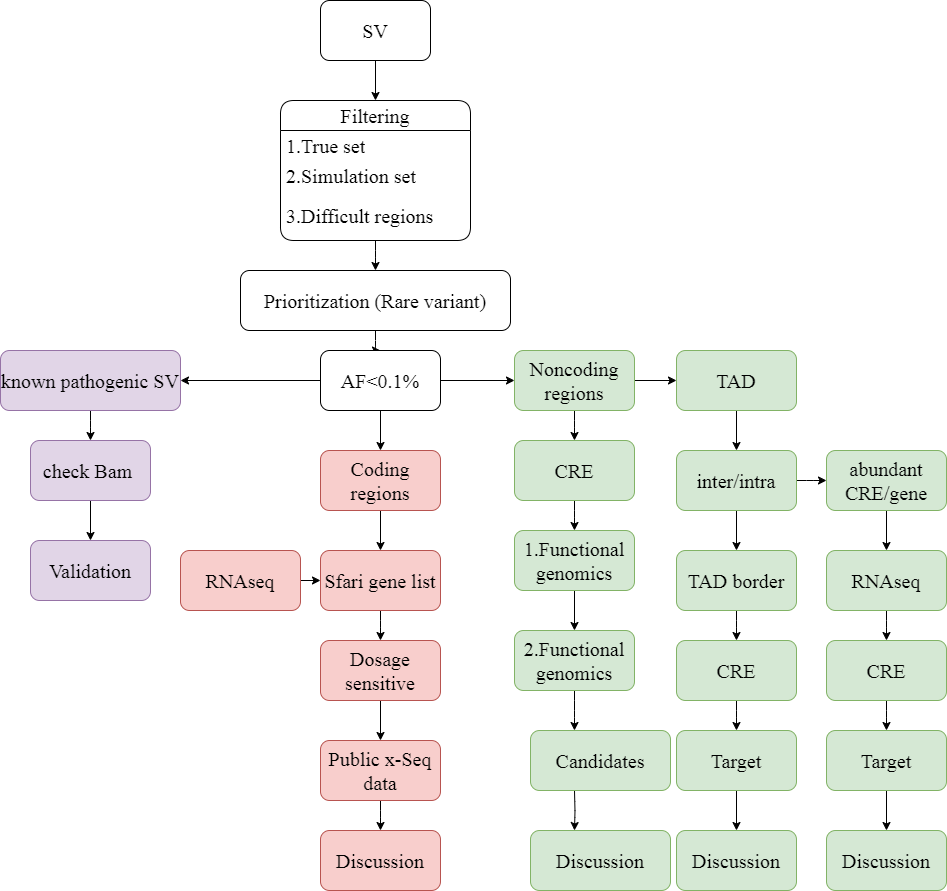
Earlier version of the draw.io export SV_workflow.drawio.png (ShirleyLiu-BCH/workflow). Source tidied: cells renumbered, new cells last; positions are measured from the earlier drawing's top-left corner, leaving out a move shared by most shapes.
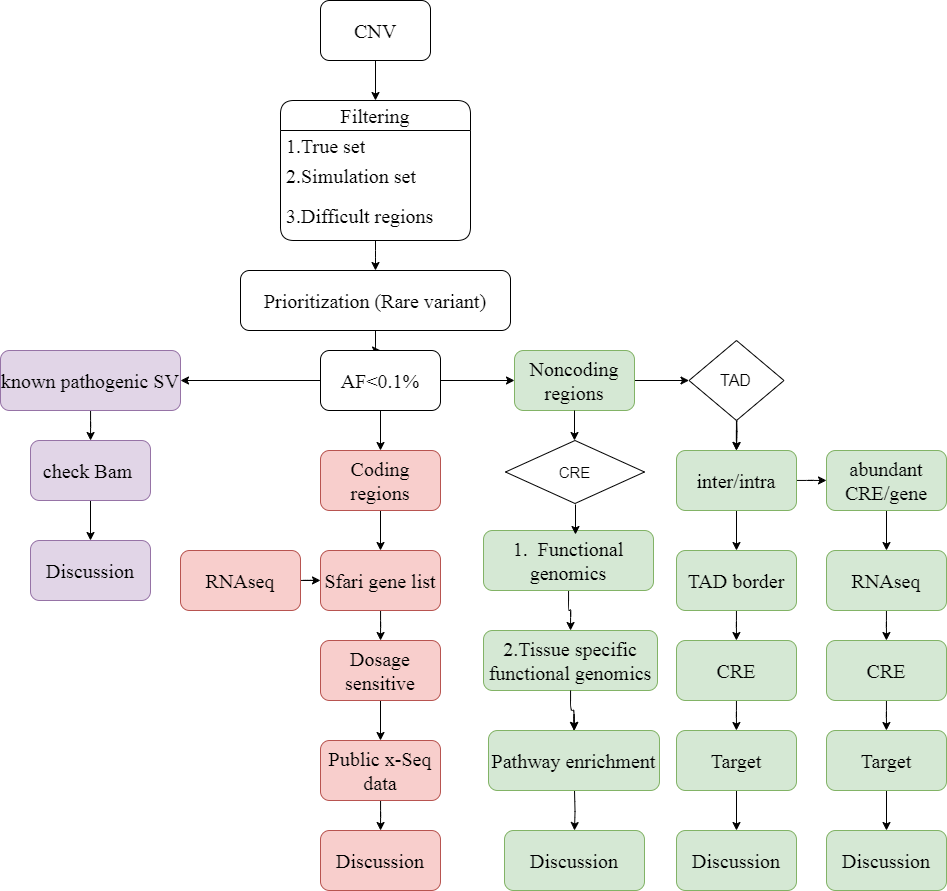
After the commit.

The edit, as a diff of the source:
```diff
@@ -5,7 +5,7 @@
     <mxCell id="2" style="edgeStyle=orthogonalEdgeStyle;rounded=0;jettySize=auto;html=1;entryX=0.5;entryY=0;entryDx=0;entryDy=0;" parent="1" edge="1" source="3" target="5">
       <mxGeometry relative="1" as="geometry" />
     </mxCell>
-    <mxCell id="3" value="SV" style="rounded=1;whiteSpace=wrap;html=1;hachureGap=4;fontFamily=Times New Roman;fontSize=20;" parent="1" vertex="1">
+    <mxCell id="3" value="CNV" style="rounded=1;whiteSpace=wrap;html=1;hachureGap=4;fontFamily=Times New Roman;fontSize=20;" parent="1" vertex="1">
       <mxGeometry x="320" width="110" height="60" as="geometry" />
     </mxCell>
     <mxCell id="4" style="edgeStyle=orthogonalEdgeStyle;rounded=1;hachureGap=4;jettySize=auto;html=1;fontFamily=Times New Roman;fontSize=16;" parent="1" edge="1" source="5" target="10">
@@ -53,10 +53,7 @@
     <mxCell id="18" value="Coding regions" style="whiteSpace=wrap;html=1;fontSize=20;fontFamily=Times New Roman;fontStyle=0;startSize=30;hachureGap=4;fillColor=#f8cecc;strokeColor=#b85450;rounded=1;" parent="1" vertex="1">
       <mxGeometry x="320" y="450" width="120" height="60" as="geometry" />
     </mxCell>
-    <mxCell id="19" style="edgeStyle=orthogonalEdgeStyle;rounded=1;hachureGap=4;jettySize=auto;html=1;fontFamily=Times New Roman;fontSize=16;" parent="1" edge="1" source="21" target="35">
-      <mxGeometry relative="1" as="geometry" />
-    </mxCell>
-    <mxCell id="20" style="edgeStyle=orthogonalEdgeStyle;rounded=1;hachureGap=4;jettySize=auto;html=1;fontFamily=Times New Roman;fontSize=16;" parent="1" edge="1" source="21" target="37">
+    <mxCell id="20" style="edgeStyle=orthogonalEdgeStyle;rounded=1;hachureGap=4;jettySize=auto;html=1;fontFamily=Times New Roman;fontSize=16;entryX=0;entryY=0.5;entryDx=0;entryDy=0;" parent="1" edge="1" source="21" target="37">
       <mxGeometry relative="1" as="geometry" />
     </mxCell>
     <mxCell id="21" value="Noncoding regions" style="whiteSpace=wrap;html=1;fontSize=20;fontFamily=Times New Roman;fontStyle=0;startSize=30;hachureGap=4;rounded=1;fillColor=#d5e8d4;strokeColor=#82b366;" parent="1" vertex="1">
@@ -68,7 +65,7 @@
     <mxCell id="23" value="check Bam&amp;nbsp;" style="whiteSpace=wrap;html=1;fontSize=20;fontFamily=Times New Roman;fontStyle=0;startSize=30;hachureGap=4;fillColor=#e1d5e7;strokeColor=#9673a6;rounded=1;" parent="1" vertex="1">
       <mxGeometry x="30" y="440" width="120" height="60" as="geometry" />
     </mxCell>
-    <mxCell id="24" value="Validation" style="whiteSpace=wrap;html=1;fontSize=20;fontFamily=Times New Roman;fontStyle=0;startSize=30;hachureGap=4;fillColor=#e1d5e7;strokeColor=#9673a6;rounded=1;" parent="1" vertex="1">
+    <mxCell id="24" value="Discussion" style="whiteSpace=wrap;html=1;fontSize=20;fontFamily=Times New Roman;fontStyle=0;startSize=30;hachureGap=4;fillColor=#e1d5e7;strokeColor=#9673a6;rounded=1;" parent="1" vertex="1">
       <mxGeometry x="30" y="540" width="120" height="60" as="geometry" />
     </mxCell>
     <mxCell id="25" style="edgeStyle=orthogonalEdgeStyle;rounded=1;hachureGap=4;jettySize=auto;html=1;fontFamily=Times New Roman;fontSize=16;" parent="1" edge="1" source="26" target="28">
@@ -98,31 +95,24 @@
     <mxCell id="33" value="Discussion" style="whiteSpace=wrap;html=1;fontSize=20;fontFamily=Times New Roman;fontStyle=0;startSize=30;hachureGap=4;fillColor=#f8cecc;strokeColor=#b85450;rounded=1;" parent="1" vertex="1">
       <mxGeometry x="320" y="830" width="120" height="60" as="geometry" />
     </mxCell>
-    <mxCell id="34" style="edgeStyle=orthogonalEdgeStyle;rounded=1;hachureGap=4;jettySize=auto;html=1;fontFamily=Times New Roman;fontSize=16;" parent="1" edge="1" source="35" target="39">
-      <mxGeometry relative="1" as="geometry" />
-    </mxCell>
-    <mxCell id="35" value="CRE" style="whiteSpace=wrap;html=1;fontSize=20;fontFamily=Times New Roman;fontStyle=0;startSize=30;hachureGap=4;fillColor=#d5e8d4;strokeColor=#82b366;rounded=1;" parent="1" vertex="1">
-      <mxGeometry x="514" y="440" width="120" height="60" as="geometry" />
-    </mxCell>
-    <mxCell id="36" style="edgeStyle=orthogonalEdgeStyle;rounded=1;hachureGap=4;jettySize=auto;html=1;fontFamily=Times New Roman;fontSize=16;" parent="1" edge="1" source="37" target="46">
-      <mxGeometry relative="1" as="geometry" />
+    <mxCell id="36" style="edgeStyle=orthogonalEdgeStyle;rounded=1;hachureGap=4;jettySize=auto;html=1;fontFamily=Times New Roman;fontSize=16;" parent="1" edge="1" target="46">
+      <mxGeometry relative="1" as="geometry">
+        <mxPoint x="736" y="410" as="sourcePoint" />
+      </mxGeometry>
     </mxCell>
-    <mxCell id="37" value="TAD" style="whiteSpace=wrap;html=1;fontSize=20;fontFamily=Times New Roman;fontStyle=0;startSize=30;hachureGap=4;fillColor=#d5e8d4;strokeColor=#82b366;rounded=1;" parent="1" vertex="1">
-      <mxGeometry x="676" y="350" width="120" height="60" as="geometry" />
-    </mxCell>
     <mxCell id="38" style="edgeStyle=orthogonalEdgeStyle;rounded=1;hachureGap=4;jettySize=auto;html=1;fontFamily=Times New Roman;fontSize=16;" parent="1" edge="1" source="39" target="41">
       <mxGeometry relative="1" as="geometry" />
     </mxCell>
-    <mxCell id="39" value="1.Functional genomics" style="whiteSpace=wrap;html=1;fontSize=20;fontFamily=Times New Roman;fontStyle=0;startSize=30;hachureGap=4;fillColor=#d5e8d4;strokeColor=#82b366;rounded=1;" parent="1" vertex="1">
-      <mxGeometry x="514" y="530" width="120" height="60" as="geometry" />
+    <mxCell id="39" value="1.&amp;nbsp; Functional genomics" style="whiteSpace=wrap;html=1;fontSize=20;fontFamily=Times New Roman;fontStyle=0;startSize=30;hachureGap=4;fillColor=#d5e8d4;strokeColor=#82b366;rounded=1;" parent="1" vertex="1">
+      <mxGeometry x="483" y="530" width="170" height="60" as="geometry" />
     </mxCell>
-    <mxCell id="40" style="edgeStyle=orthogonalEdgeStyle;rounded=1;hachureGap=4;jettySize=auto;html=1;fontFamily=Times New Roman;fontSize=16;" parent="1" edge="1" source="41">
+    <mxCell id="40" style="edgeStyle=orthogonalEdgeStyle;rounded=1;hachureGap=4;jettySize=auto;html=1;fontFamily=Times New Roman;fontSize=16;" parent="1" edge="1" source="43">
       <mxGeometry relative="1" as="geometry">
         <mxPoint x="574" y="730" as="targetPoint" />
       </mxGeometry>
     </mxCell>
-    <mxCell id="41" value="2.Functional genomics" style="whiteSpace=wrap;html=1;fontSize=20;fontFamily=Times New Roman;fontStyle=0;startSize=30;hachureGap=4;fillColor=#d5e8d4;strokeColor=#82b366;rounded=1;" parent="1" vertex="1">
-      <mxGeometry x="514" y="630" width="120" height="60" as="geometry" />
+    <mxCell id="41" value="2.Tissue specific&lt;br&gt;functional genomics" style="whiteSpace=wrap;html=1;fontSize=20;fontFamily=Times New Roman;fontStyle=0;startSize=30;hachureGap=4;fillColor=#d5e8d4;strokeColor=#82b366;rounded=1;" parent="1" vertex="1">
+      <mxGeometry x="483" y="630" width="174" height="60" as="geometry" />
     </mxCell>
     <mxCell id="42" style="edgeStyle=orthogonalEdgeStyle;rounded=1;hachureGap=4;orthogonalLoop=1;jettySize=auto;html=1;fontFamily=Times New Roman;fontSize=16;" parent="1" edge="1">
       <mxGeometry relative="1" as="geometry">
@@ -130,9 +120,6 @@
         <mxPoint x="574" y="830" as="targetPoint" />
       </mxGeometry>
     </mxCell>
-    <mxCell id="43" value="Candidates" style="whiteSpace=wrap;html=1;fontSize=20;fontFamily=Times New Roman;fontStyle=0;startSize=30;hachureGap=4;fillColor=#d5e8d4;strokeColor=#82b366;rounded=1;" parent="1" vertex="1">
-      <mxGeometry x="530" y="730" width="140" height="60" as="geometry" />
-    </mxCell>
     <mxCell id="44" style="edgeStyle=orthogonalEdgeStyle;rounded=1;hachureGap=4;jettySize=auto;html=1;fontFamily=Times New Roman;fontSize=16;" parent="1" edge="1" source="46" target="48">
       <mxGeometry relative="1" as="geometry" />
     </mxCell>
@@ -185,7 +172,7 @@
       <mxGeometry x="826" y="730" width="120" height="60" as="geometry" />
     </mxCell>
     <mxCell id="61" value="Discussion" style="whiteSpace=wrap;html=1;fontSize=20;fontFamily=Times New Roman;fontStyle=0;startSize=30;hachureGap=4;fillColor=#d5e8d4;strokeColor=#82b366;rounded=1;" parent="1" vertex="1">
-      <mxGeometry x="530" y="830" width="140" height="60" as="geometry" />
+      <mxGeometry x="504" y="830" width="140" height="60" as="geometry" />
     </mxCell>
     <mxCell id="62" value="Discussion" style="whiteSpace=wrap;html=1;fontSize=20;fontFamily=Times New Roman;fontStyle=0;startSize=30;hachureGap=4;fillColor=#d5e8d4;strokeColor=#82b366;rounded=1;" parent="1" vertex="1">
       <mxGeometry x="676" y="830" width="120" height="60" as="geometry" />
@@ -193,5 +180,32 @@
     <mxCell id="63" value="Discussion" style="whiteSpace=wrap;html=1;fontSize=20;fontFamily=Times New Roman;fontStyle=0;startSize=30;hachureGap=4;fillColor=#d5e8d4;strokeColor=#82b366;rounded=1;" parent="1" vertex="1">
       <mxGeometry x="826" y="830" width="120" height="60" as="geometry" />
     </mxCell>
+    <mxCell id="35" value="&lt;font style=&quot;font-size: 15px;&quot;&gt;CRE&lt;/font&gt;" style="rhombus;whiteSpace=wrap;html=1;" parent="1" vertex="1">
+      <mxGeometry x="505" y="440" width="139" height="63" as="geometry" />
+    </mxCell>
+    <mxCell id="64" style="edgeStyle=orthogonalEdgeStyle;rounded=1;hachureGap=4;jettySize=auto;html=1;fontFamily=Times New Roman;fontSize=16;" parent="1" edge="1" source="41" target="43">
+      <mxGeometry relative="1" as="geometry" />
+    </mxCell>
+    <mxCell id="43" value="Pathway enrichment" style="whiteSpace=wrap;html=1;fontSize=20;fontFamily=Times New Roman;fontStyle=0;startSize=30;hachureGap=4;fillColor=#d5e8d4;strokeColor=#82b366;rounded=1;" parent="1" vertex="1">
+      <mxGeometry x="488" y="730" width="171" height="60" as="geometry" />
+    </mxCell>
+    <mxCell id="65" style="edgeStyle=orthogonalEdgeStyle;rounded=0;jettySize=auto;html=1;" parent="1" edge="1" source="37" target="46">
+      <mxGeometry relative="1" as="geometry" />
+    </mxCell>
+    <mxCell id="37" value="&lt;font style=&quot;font-size: 16px;&quot;&gt;TAD&lt;/font&gt;" style="rhombus;whiteSpace=wrap;html=1;" parent="1" vertex="1">
+      <mxGeometry x="688.5" y="340" width="95" height="80" as="geometry" />
+    </mxCell>
+    <mxCell id="66" style="edgeStyle=orthogonalEdgeStyle;rounded=0;orthogonalLoop=1;jettySize=auto;html=1;" parent="1" edge="1">
+      <mxGeometry relative="1" as="geometry">
+        <mxPoint x="574" y="410" as="sourcePoint" />
+        <mxPoint x="574" y="440" as="targetPoint" />
+      </mxGeometry>
+    </mxCell>
+    <mxCell id="67" style="edgeStyle=orthogonalEdgeStyle;rounded=0;orthogonalLoop=1;jettySize=auto;html=1;" parent="1" edge="1">
+      <mxGeometry relative="1" as="geometry">
+        <mxPoint x="575" y="504" as="sourcePoint" />
+        <mxPoint x="575" y="534" as="targetPoint" />
+      </mxGeometry>
+    </mxCell>
   </root>
 </mxGraphModel>
```
